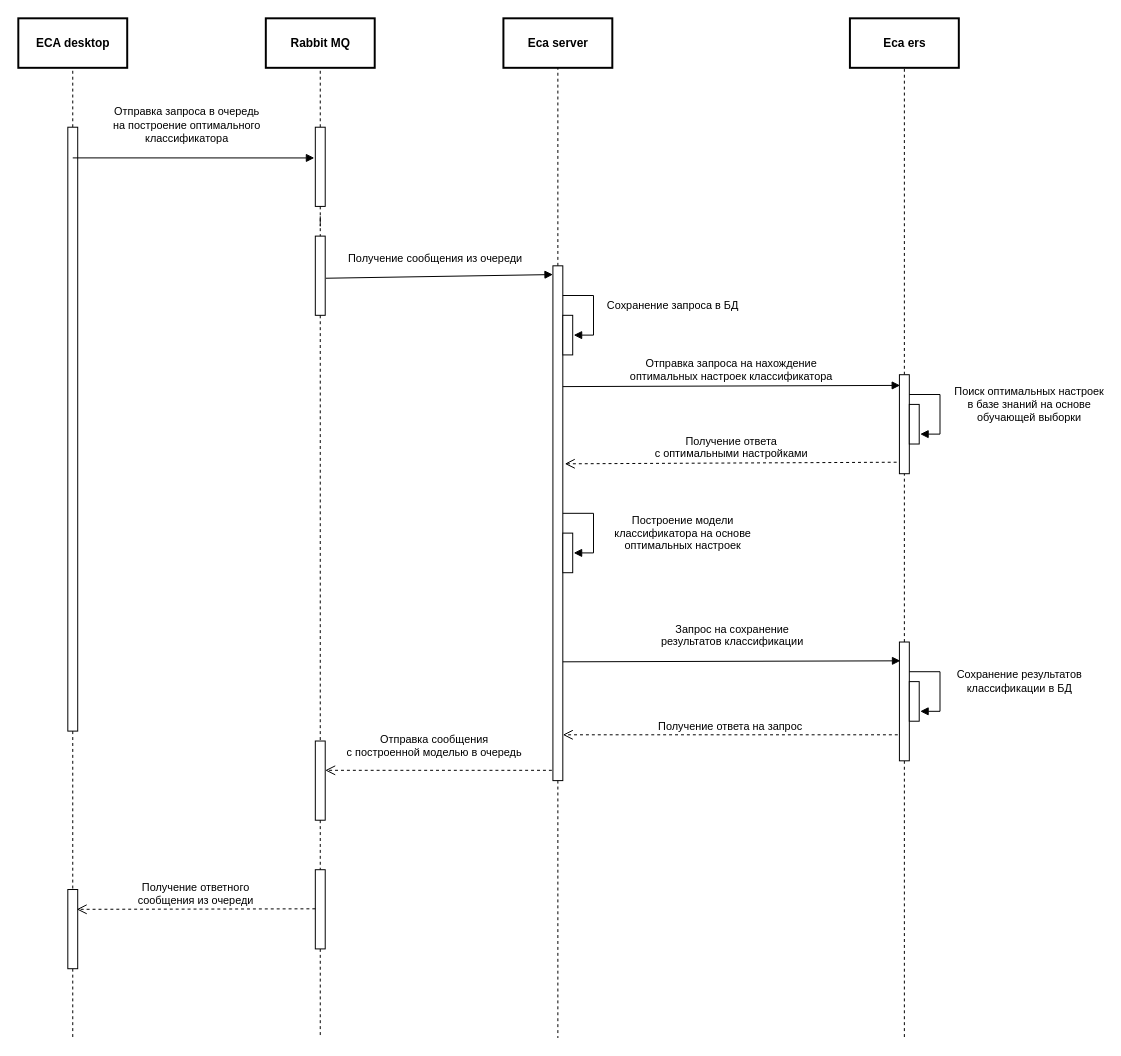
Above: doc/schemas/Evaluation optimizer request sequence.drawio in Stonnos/eca-service (draw.io), before the change. Source tidied: cells renumbered, new cells numbered last; positions are measured from the earlier drawing's top-left corner, leaving out a move shared by most shapes. Both pictures are drawn from the tidied source at 99%, with x=0, y=0 at pixel (18, 18).
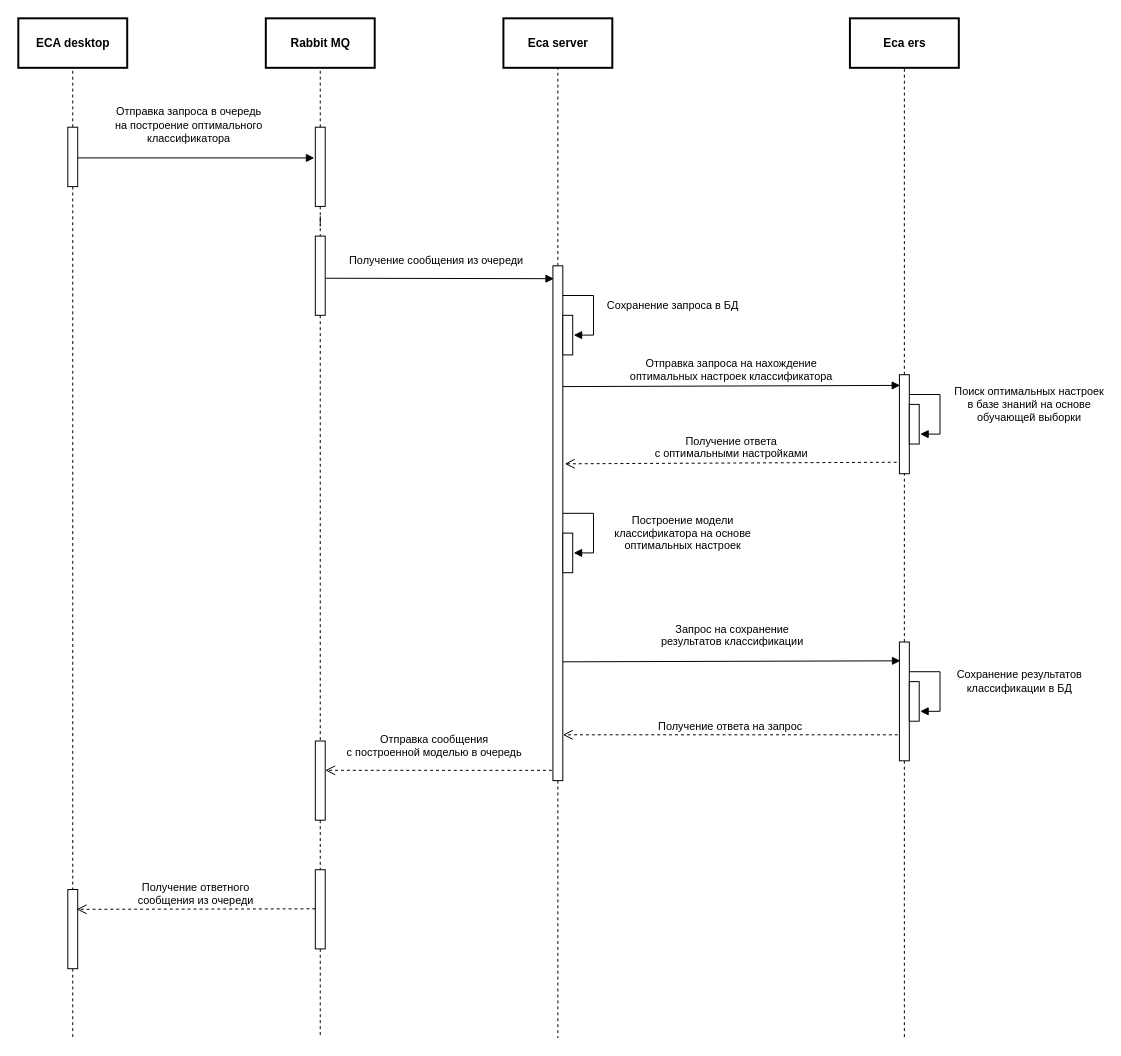
After the change.

Commit message (it also covers changes not shown here):
#ES-94 - updated sequence diagrams

The change refers to these unchanged cells:
```xml
<mxCell id="7" style="html=1;points=[];perimeter=orthogonalPerimeter;" parent="1" vertex="1">
  <mxGeometry x="300" y="110" width="10" height="80" as="geometry" />
</mxCell>
<mxCell id="14" style="html=1;points=[];perimeter=orthogonalPerimeter;" parent="1" vertex="1">
  <mxGeometry x="540" y="250" width="10" height="520" as="geometry" />
</mxCell>
<mxCell id="15" style="html=1;points=[];perimeter=orthogonalPerimeter;" parent="1" vertex="1">
  <mxGeometry x="300" y="220" width="10" height="80" as="geometry" />
</mxCell>
```

Diff of the diagram source:
```diff
@@
     <mxCell id="4" style="html=1;points=[];perimeter=orthogonalPerimeter;" parent="1" vertex="1">
-      <mxGeometry x="50" y="110" width="10" height="610" as="geometry" />
+      <mxGeometry x="50" y="110" width="10" height="60" as="geometry" />
     </mxCell>
@@
     <mxCell id="8" value="&lt;font style=&quot;font-size: 11px&quot;&gt;Отправка запроса в очередь&lt;br&gt;на построение оптимального&lt;br&gt;классификатора&lt;/font&gt;" style="html=1;verticalAlign=bottom;endArrow=block;entryX=-0.1;entryY=0.388;entryDx=0;entryDy=0;entryPerimeter=0;" parent="1" edge="1" target="7">
       <mxGeometry x="-0.06" y="11" relative="1" as="geometry">
-        <mxPoint x="55" y="141" as="sourcePoint" />
+        <mxPoint x="60" y="141" as="sourcePoint" />
       </mxGeometry>
     </mxCell>
@@
-    <mxCell id="17" value="&lt;font style=&quot;font-size: 11px&quot;&gt;Получение сообщения из очереди&lt;/font&gt;" style="html=1;verticalAlign=bottom;endArrow=block;strokeColor=#000000;entryX=0;entryY=0.017;entryDx=0;entryDy=0;entryPerimeter=0;exitX=1.071;exitY=0.532;exitDx=0;exitDy=0;exitPerimeter=0;" parent="1" edge="1" source="15" target="14">
+    <mxCell id="17" value="&lt;font style=&quot;font-size: 11px&quot;&gt;Получение сообщения из очереди&lt;/font&gt;" style="html=1;verticalAlign=bottom;endArrow=block;strokeColor=#000000;entryX=0.1;entryY=0.025;entryDx=0;entryDy=0;entryPerimeter=0;exitX=1.071;exitY=0.532;exitDx=0;exitDy=0;exitPerimeter=0;" parent="1" edge="1" source="15" target="14">
       <mxGeometry x="-0.04" y="9" relative="1" as="geometry" />
     </mxCell>
```
